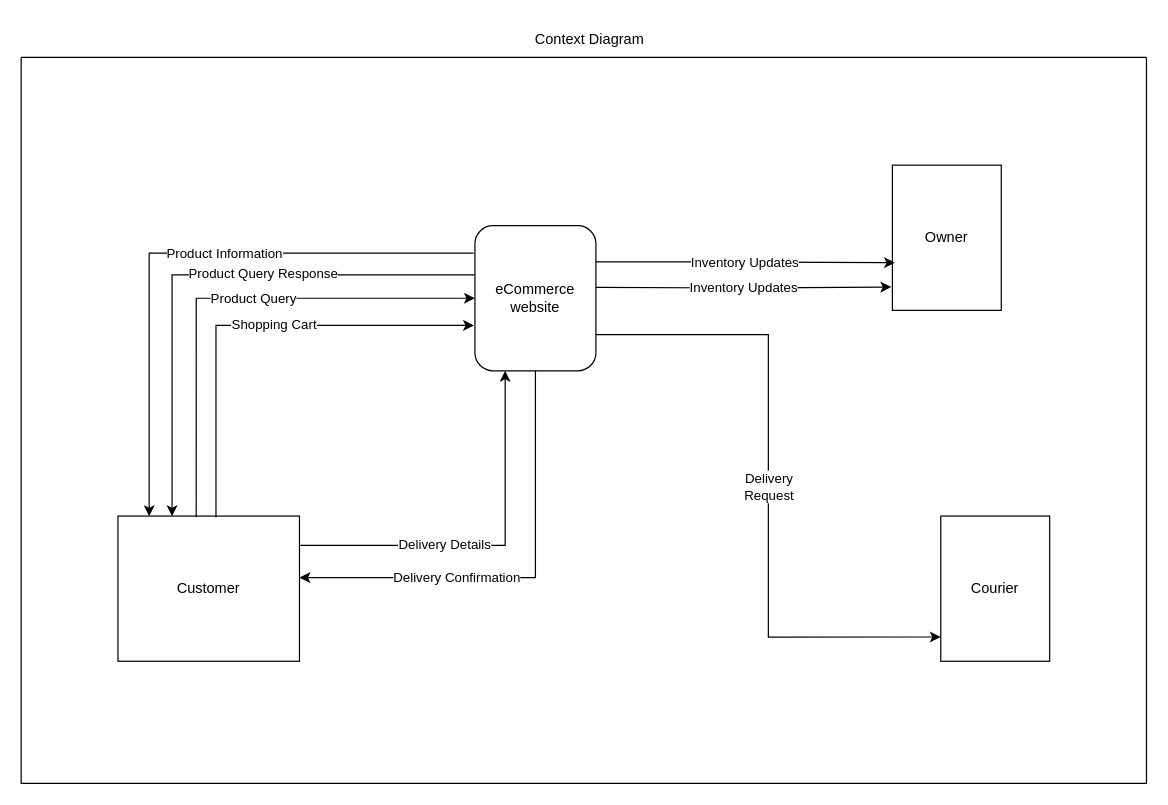
This is Deliverable 2/Diagrams/Data Flow Diagram (DFD)/data flow diagram.drawio from otsilemodiselle/ITECA_Project, a draw.io file, before an edit. Source tidied: cells renumbered, new cells numbered last; positions are measured from the earlier drawing's top-left corner, leaving out a move shared by most shapes. Both pictures are drawn from the tidied source at 121%, with x=0, y=0 at pixel (21, 21).
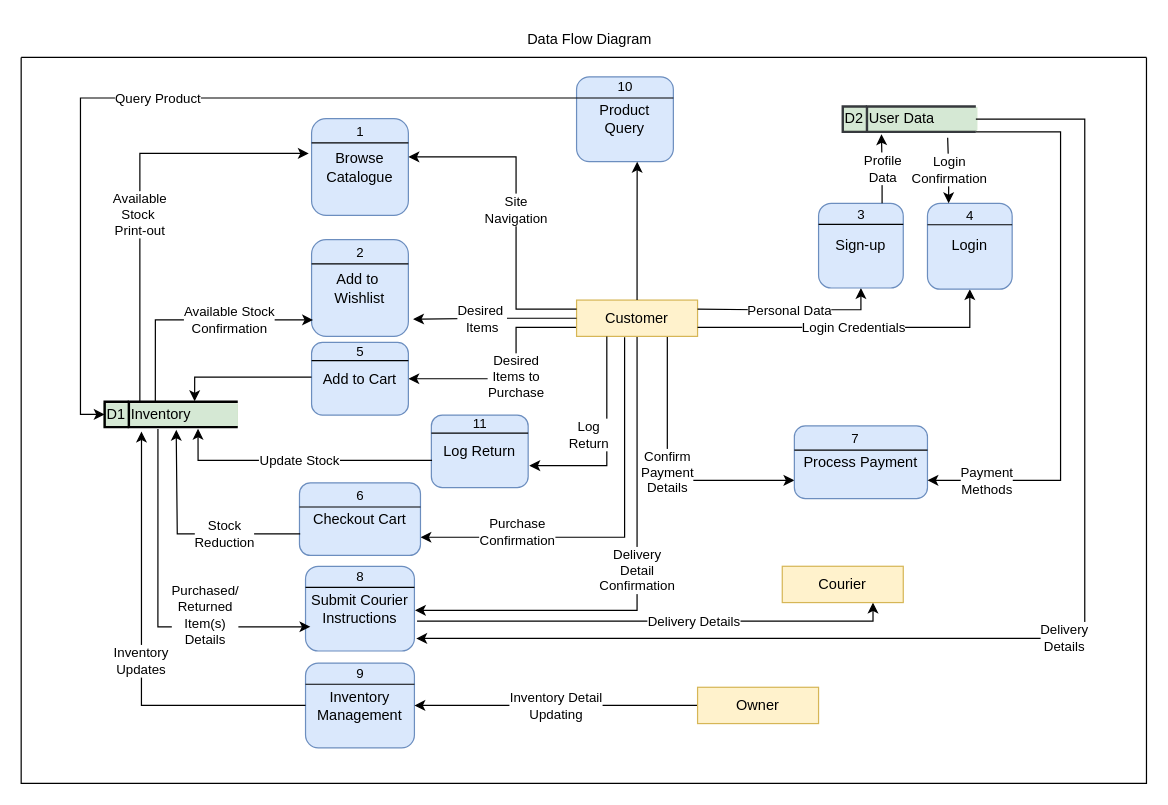
Above is the later version.

The change refers to these unchanged cells:
```xml
<mxCell id="2" style="swimlane;startSize=0;" parent="1" vertex="1">
  <mxGeometry y="30" width="930" height="600" as="geometry" />
</mxCell>
```

The edit, as a diff of the source:
```diff
@@
-    <mxCell id="3" value="Product Information" style="edgeStyle=orthogonalEdgeStyle;rounded=0;jettySize=auto;html=1;exitX=-0.011;exitY=0.189;exitDx=0;exitDy=0;entryX=0.172;entryY=0.001;entryDx=0;entryDy=0;entryPerimeter=0;exitPerimeter=0;" parent="2" edge="1" source="4" target="5">
-      <mxGeometry x="-0.15" relative="1" as="geometry" />
-    </mxCell>
-    <mxCell id="4" value="eCommerce&lt;div&gt;website&lt;/div&gt;" style="rounded=1;whiteSpace=wrap;html=1;" parent="2" vertex="1">
-      <mxGeometry x="375" y="139" width="100" height="120" as="geometry" />
-    </mxCell>
+    <mxCell id="17" style="rounded=0;whiteSpace=wrap;html=1;fillColor=#d5e8d4;strokeColor=#82b366;strokeWidth=0;" parent="2" vertex="1">
+      <mxGeometry x="68" y="286" width="111" height="19.5" as="geometry" />
+    </mxCell>
+    <mxCell id="18" style="rounded=0;whiteSpace=wrap;html=1;fillColor=#d5e8d4;strokeColor=#82b366;strokeWidth=0;" parent="2" vertex="1">
+      <mxGeometry x="679" y="41.2" width="111" height="19.5" as="geometry" />
+    </mxCell>
+    <mxCell id="19" value="Inventory" style="strokeWidth=2;html=1;shape=mxgraph.flowchart.annotation_1;align=left;" parent="2" vertex="1">
+      <mxGeometry x="89" y="284.5" width="90" height="21" as="geometry" />
+    </mxCell>
+    <mxCell id="20" value="D1" style="strokeWidth=2;html=1;shape=mxgraph.flowchart.annotation_1;align=left;" parent="2" vertex="1">
+      <mxGeometry x="69" y="284.5" width="20" height="21" as="geometry" />
+    </mxCell>
+    <mxCell id="21" value="Desired&lt;div&gt;Items to&lt;/div&gt;&lt;div&gt;Purchase&lt;/div&gt;" style="edgeStyle=orthogonalEdgeStyle;rounded=0;jettySize=auto;html=1;exitX=0;exitY=0.75;exitDx=0;exitDy=0;entryX=1;entryY=0.5;entryDx=0;entryDy=0;" parent="2" edge="1" source="5" target="27">
+      <mxGeometry relative="1" as="geometry">
+        <Array as="points">
+          <mxPoint x="409" y="223.5" />
+          <mxPoint x="409" y="265.5" />
+        </Array>
+      </mxGeometry>
+    </mxCell>
+    <mxCell id="22" value="Purchase&lt;div&gt;Confirmation&lt;/div&gt;" style="edgeStyle=orthogonalEdgeStyle;rounded=0;jettySize=auto;html=1;exitX=0.397;exitY=1.022;exitDx=0;exitDy=0;entryX=1;entryY=0.75;entryDx=0;entryDy=0;exitPerimeter=0;" parent="2" edge="1" source="5" target="37">
+      <mxGeometry x="0.52" y="-5" relative="1" as="geometry" />
+    </mxCell>
+    <mxCell id="23" value="Delivery&lt;div&gt;Detail&lt;/div&gt;&lt;div&gt;Confirmation&lt;/div&gt;" style="edgeStyle=orthogonalEdgeStyle;rounded=0;jettySize=auto;html=1;exitX=0.5;exitY=1;exitDx=0;exitDy=0;entryX=1.005;entryY=0.52;entryDx=0;entryDy=0;entryPerimeter=0;" parent="2" edge="1" source="5" target="42">
+      <mxGeometry x="-0.06" relative="1" as="geometry">
+        <Array as="points">
+          <mxPoint x="509" y="457" />
+          <mxPoint x="360" y="457" />
+        </Array>
+      </mxGeometry>
+    </mxCell>
+    <mxCell id="24" value="Confirm&lt;div&gt;Payment&lt;/div&gt;&lt;div&gt;Details&lt;/div&gt;" style="edgeStyle=orthogonalEdgeStyle;rounded=0;jettySize=auto;html=1;exitX=0.75;exitY=1;exitDx=0;exitDy=0;entryX=0;entryY=0.75;entryDx=0;entryDy=0;" parent="2" edge="1" source="5" target="39">
+      <mxGeometry relative="1" as="geometry" />
+    </mxCell>
-    <mxCell id="5" value="Customer" style="rounded=0;whiteSpace=wrap;html=1;" parent="2" vertex="1">
-      <mxGeometry x="80" y="379" width="150" height="120" as="geometry" />
+    <mxCell id="5" value="Customer" style="rounded=0;whiteSpace=wrap;html=1;fillColor=#fff2cc;strokeColor=#d6b656;" parent="2" vertex="1">
+      <mxGeometry x="459" y="200.5" width="100" height="30" as="geometry" />
     </mxCell>
+    <mxCell id="25" value="Browse&lt;div&gt;Catalogue&lt;/div&gt;" style="rounded=1;whiteSpace=wrap;html=1;fillColor=#dae8fc;strokeColor=#6c8ebf;" parent="2" vertex="1">
+      <mxGeometry x="240" y="50.5" width="80" height="80" as="geometry" />
+    </mxCell>
+    <mxCell id="26" value="1" style="endArrow=none;html=1;rounded=0;exitX=0;exitY=0.25;exitDx=0;exitDy=0;entryX=1;entryY=0.25;entryDx=0;entryDy=0;labelBackgroundColor=none;" parent="2" edge="1" source="25" target="25">
+      <mxGeometry y="10" relative="1" as="geometry" />
+    </mxCell>
+    <mxCell id="27" value="Add to Cart" style="rounded=1;whiteSpace=wrap;html=1;fillColor=#dae8fc;strokeColor=#6c8ebf;" parent="2" vertex="1">
+      <mxGeometry x="240" y="235.5" width="80" height="60" as="geometry" />
+    </mxCell>
+    <mxCell id="28" value="5" style="endArrow=none;html=1;rounded=0;exitX=0;exitY=0.25;exitDx=0;exitDy=0;entryX=1;entryY=0.25;entryDx=0;entryDy=0;labelBackgroundColor=none;" parent="2" edge="1" source="27" target="27">
+      <mxGeometry y="8" relative="1" as="geometry" />
+    </mxCell>
+    <mxCell id="29" value="Add to&amp;nbsp;&lt;div&gt;Wishlist&lt;/div&gt;" style="rounded=1;whiteSpace=wrap;html=1;fillColor=#dae8fc;strokeColor=#6c8ebf;" parent="2" vertex="1">
+      <mxGeometry x="240" y="150.5" width="80" height="80" as="geometry" />
+    </mxCell>
+    <mxCell id="30" value="2" style="endArrow=none;html=1;rounded=0;exitX=0;exitY=0.25;exitDx=0;exitDy=0;entryX=1;entryY=0.25;entryDx=0;entryDy=0;labelBackgroundColor=none;" parent="2" edge="1" source="29" target="29">
+      <mxGeometry y="10" relative="1" as="geometry" />
+    </mxCell>
+    <mxCell id="31" value="Personal Data" style="edgeStyle=orthogonalEdgeStyle;rounded=0;jettySize=auto;html=1;exitX=0.5;exitY=1;exitDx=0;exitDy=0;entryX=1;entryY=0.25;entryDx=0;entryDy=0;startArrow=classic;startFill=1;endArrow=none;endFill=0;" parent="2" edge="1" source="32" target="5">
+      <mxGeometry relative="1" as="geometry">
+        <Array as="points">
+          <mxPoint x="694" y="208.5" />
+          <mxPoint x="609" y="208.5" />
+        </Array>
+      </mxGeometry>
+    </mxCell>
+    <mxCell id="32" value="Sign-up" style="rounded=1;whiteSpace=wrap;html=1;fillColor=#dae8fc;strokeColor=#6c8ebf;" parent="2" vertex="1">
+      <mxGeometry x="659" y="120.5" width="70" height="70" as="geometry" />
+    </mxCell>
+    <mxCell id="33" value="3" style="endArrow=none;html=1;rounded=0;exitX=0;exitY=0.25;exitDx=0;exitDy=0;entryX=1;entryY=0.25;entryDx=0;entryDy=0;labelBackgroundColor=none;" parent="2" edge="1" source="32" target="32">
+      <mxGeometry y="8" relative="1" as="geometry" />
+    </mxCell>
+    <mxCell id="34" value="Login Credentials" style="edgeStyle=orthogonalEdgeStyle;rounded=0;jettySize=auto;html=1;exitX=0.5;exitY=1;exitDx=0;exitDy=0;entryX=1;entryY=0.75;entryDx=0;entryDy=0;startArrow=classic;startFill=1;endArrow=none;endFill=0;" parent="2" edge="1" source="35" target="5">
+      <mxGeometry relative="1" as="geometry" />
+    </mxCell>
+    <mxCell id="35" value="Login" style="rounded=1;whiteSpace=wrap;html=1;fillColor=#dae8fc;strokeColor=#6c8ebf;" parent="2" vertex="1">
+      <mxGeometry x="749" y="120.5" width="70" height="71" as="geometry" />
+    </mxCell>
+    <mxCell id="36" value="4" style="endArrow=none;html=1;rounded=0;exitX=0;exitY=0.25;exitDx=0;exitDy=0;entryX=1;entryY=0.25;entryDx=0;entryDy=0;labelBackgroundColor=none;" parent="2" edge="1" source="35" target="35">
+      <mxGeometry y="7" relative="1" as="geometry" />
+    </mxCell>
+    <mxCell id="37" value="Checkout Cart" style="rounded=1;whiteSpace=wrap;html=1;fillColor=#dae8fc;strokeColor=#6c8ebf;" parent="2" vertex="1">
+      <mxGeometry x="230" y="351.5" width="100" height="60" as="geometry" />
+    </mxCell>
+    <mxCell id="38" value="6" style="endArrow=none;html=1;rounded=0;exitX=0;exitY=0.25;exitDx=0;exitDy=0;entryX=1;entryY=0.25;entryDx=0;entryDy=0;labelBackgroundColor=none;" parent="2" edge="1">
+      <mxGeometry y="10" relative="1" as="geometry">
+        <mxPoint x="230" y="371.5" as="sourcePoint" />
+        <mxPoint x="330" y="371.5" as="targetPoint" />
+      </mxGeometry>
+    </mxCell>
+    <mxCell id="39" value="Process Payment" style="rounded=1;whiteSpace=wrap;html=1;fillColor=#dae8fc;strokeColor=#6c8ebf;" parent="2" vertex="1">
+      <mxGeometry x="639" y="304.5" width="110" height="60" as="geometry" />
+    </mxCell>
+    <mxCell id="40" value="7" style="endArrow=none;html=1;rounded=0;exitX=0;exitY=0.25;exitDx=0;exitDy=0;entryX=1;entryY=0.25;entryDx=0;entryDy=0;labelBackgroundColor=none;" parent="2" edge="1">
+      <mxGeometry x="-0.09" y="10" relative="1" as="geometry">
+        <mxPoint x="639" y="324.5" as="sourcePoint" />
+        <mxPoint x="749" y="324.5" as="targetPoint" />
+      </mxGeometry>
+    </mxCell>
+    <mxCell id="41" value="Delivery Details" style="edgeStyle=orthogonalEdgeStyle;rounded=0;jettySize=auto;html=1;entryX=0.75;entryY=1;entryDx=0;entryDy=0;exitX=1.024;exitY=0.647;exitDx=0;exitDy=0;exitPerimeter=0;" parent="2" edge="1" source="42" target="6">
+      <mxGeometry x="0.17" relative="1" as="geometry">
+        <Array as="points">
+          <mxPoint x="704" y="466" />
+        </Array>
+      </mxGeometry>
+    </mxCell>
+    <mxCell id="42" value="Submit Courier Instructions" style="rounded=1;whiteSpace=wrap;html=1;fillColor=#dae8fc;strokeColor=#6c8ebf;" parent="2" vertex="1">
+      <mxGeometry x="235" y="420.5" width="90" height="70" as="geometry" />
+    </mxCell>
+    <mxCell id="43" value="8" style="endArrow=none;html=1;rounded=0;exitX=0;exitY=0.25;exitDx=0;exitDy=0;entryX=1;entryY=0.25;entryDx=0;entryDy=0;labelBackgroundColor=none;" parent="2" edge="1" source="42" target="42">
+      <mxGeometry y="9" relative="1" as="geometry" />
+    </mxCell>
+    <mxCell id="44" value="Available&lt;div&gt;Stock&amp;nbsp;&lt;/div&gt;&lt;div&gt;Print-out&lt;/div&gt;" style="edgeStyle=orthogonalEdgeStyle;rounded=0;jettySize=auto;html=1;exitX=0.101;exitY=-0.006;exitDx=0;exitDy=0;exitPerimeter=0;entryX=-0.029;entryY=0.36;entryDx=0;entryDy=0;entryPerimeter=0;" parent="2" edge="1" source="19" target="25">
+      <mxGeometry x="-0.1" relative="1" as="geometry">
+        <Array as="points">
+          <mxPoint x="98" y="79.5" />
+        </Array>
+        <mxPoint y="1" as="offset" />
+      </mxGeometry>
+    </mxCell>
+    <mxCell id="45" value="Available Stock&lt;div&gt;Confirmation&lt;/div&gt;" style="edgeStyle=orthogonalEdgeStyle;rounded=0;jettySize=auto;html=1;entryX=0.015;entryY=0.83;entryDx=0;entryDy=0;entryPerimeter=0;exitX=0.243;exitY=-0.025;exitDx=0;exitDy=0;exitPerimeter=0;" parent="2" edge="1" source="19" target="29">
+      <mxGeometry x="0.3" relative="1" as="geometry">
+        <Array as="points">
+          <mxPoint x="111" y="216.5" />
+        </Array>
+      </mxGeometry>
+    </mxCell>
+    <mxCell id="46" value="Stock&lt;div&gt;Reduction&lt;/div&gt;" style="edgeStyle=orthogonalEdgeStyle;rounded=0;jettySize=auto;html=1;entryX=0.006;entryY=0.704;entryDx=0;entryDy=0;entryPerimeter=0;startArrow=classic;startFill=1;endArrow=none;endFill=0;exitX=0.436;exitY=1.107;exitDx=0;exitDy=0;exitPerimeter=0;" parent="2" edge="1" source="19" target="37">
+      <mxGeometry x="0.33" relative="1" as="geometry">
+        <Array as="points">
+          <mxPoint x="128" y="315" />
+          <mxPoint x="129" y="315" />
+          <mxPoint x="129" y="394" />
+        </Array>
+      </mxGeometry>
+    </mxCell>
+    <mxCell id="47" value="Purchased/&lt;div&gt;Returned&lt;br&gt;&lt;div&gt;Item(s)&lt;/div&gt;&lt;div&gt;Details&lt;/div&gt;&lt;/div&gt;" style="edgeStyle=orthogonalEdgeStyle;rounded=0;jettySize=auto;html=1;exitX=0.267;exitY=1.071;exitDx=0;exitDy=0;exitPerimeter=0;" parent="2" edge="1" source="19">
+      <mxGeometry x="0.4" y="10" relative="1" as="geometry">
+        <mxPoint x="239" y="470.5" as="targetPoint" />
+        <Array as="points">
+          <mxPoint x="113" y="470.5" />
+          <mxPoint x="239" y="470.5" />
+        </Array>
+      </mxGeometry>
+    </mxCell>
+    <mxCell id="48" value="Payment&lt;div&gt;Methods&lt;/div&gt;" style="edgeStyle=orthogonalEdgeStyle;rounded=0;jettySize=auto;html=1;exitX=1;exitY=1;exitDx=0;exitDy=0;exitPerimeter=0;entryX=1;entryY=0.75;entryDx=0;entryDy=0;" parent="2" edge="1" source="49" target="39">
+      <mxGeometry x="0.79" relative="1" as="geometry">
+        <Array as="points">
+          <mxPoint x="859" y="61.5" />
+          <mxPoint x="859" y="349.5" />
+        </Array>
+      </mxGeometry>
+    </mxCell>
+    <mxCell id="49" value="User Data" style="strokeWidth=2;html=1;shape=mxgraph.flowchart.annotation_1;align=left;fillColor=default;strokeColor=#36393d;labelBackgroundColor=none;" parent="2" vertex="1">
+      <mxGeometry x="699" y="40.5" width="90" height="21" as="geometry" />
+    </mxCell>
+    <mxCell id="50" value="D2" style="strokeWidth=2;html=1;shape=mxgraph.flowchart.annotation_1;align=left;fillColor=#ffcccc;strokeColor=#36393d;" parent="2" vertex="1">
+      <mxGeometry x="679" y="40.5" width="20" height="21" as="geometry" />
+    </mxCell>
+    <mxCell id="51" value="Inventory&lt;div&gt;Management&lt;/div&gt;" style="rounded=1;whiteSpace=wrap;html=1;fillColor=#dae8fc;strokeColor=#6c8ebf;" parent="2" vertex="1">
+      <mxGeometry x="235" y="500.5" width="90" height="70" as="geometry" />
+    </mxCell>
+    <mxCell id="52" value="9" style="endArrow=none;html=1;rounded=0;exitX=0;exitY=0.25;exitDx=0;exitDy=0;entryX=1;entryY=0.25;entryDx=0;entryDy=0;labelBackgroundColor=none;" parent="2" edge="1" source="51" target="51">
+      <mxGeometry y="9" relative="1" as="geometry" />
+    </mxCell>
+    <mxCell id="53" value="Profile&lt;div&gt;Data&lt;/div&gt;" style="edgeStyle=orthogonalEdgeStyle;rounded=0;jettySize=auto;html=1;exitX=0.75;exitY=0;exitDx=0;exitDy=0;entryX=0.133;entryY=1.095;entryDx=0;entryDy=0;entryPerimeter=0;" parent="2" edge="1" source="32" target="49">
+      <mxGeometry relative="1" as="geometry" />
+    </mxCell>
+    <mxCell id="54" value="Login&lt;div&gt;Confirmation&lt;/div&gt;" style="edgeStyle=orthogonalEdgeStyle;rounded=0;jettySize=auto;html=1;exitX=0.25;exitY=0;exitDx=0;exitDy=0;entryX=0.741;entryY=1.228;entryDx=0;entryDy=0;entryPerimeter=0;startArrow=classic;startFill=1;endArrow=none;endFill=0;" parent="2" edge="1" source="35" target="49">
+      <mxGeometry relative="1" as="geometry" />
+    </mxCell>
+    <mxCell id="55" value="Site&lt;div&gt;Navigation&lt;/div&gt;" style="edgeStyle=orthogonalEdgeStyle;rounded=0;jettySize=auto;html=1;exitX=0;exitY=0.25;exitDx=0;exitDy=0;entryX=1.001;entryY=0.396;entryDx=0;entryDy=0;entryPerimeter=0;" parent="2" edge="1" source="5" target="25">
+      <mxGeometry relative="1" as="geometry">
+        <Array as="points">
+          <mxPoint x="409" y="208.5" />
+          <mxPoint x="409" y="82.5" />
+        </Array>
+      </mxGeometry>
+    </mxCell>
+    <mxCell id="56" value="Desired&amp;nbsp;&lt;div&gt;Items&lt;/div&gt;" style="edgeStyle=orthogonalEdgeStyle;rounded=0;jettySize=auto;html=1;exitX=0;exitY=0.5;exitDx=0;exitDy=0;entryX=1.049;entryY=0.822;entryDx=0;entryDy=0;entryPerimeter=0;" parent="2" edge="1" source="5" target="29">
+      <mxGeometry x="0.17" relative="1" as="geometry" />
+    </mxCell>
+    <mxCell id="57" value="Inventory&lt;div&gt;Updates&lt;/div&gt;" style="edgeStyle=orthogonalEdgeStyle;rounded=0;jettySize=auto;html=1;exitX=0;exitY=0.5;exitDx=0;exitDy=0;entryX=0.116;entryY=1.177;entryDx=0;entryDy=0;entryPerimeter=0;startArrow=none;startFill=0;endArrow=classic;endFill=1;" parent="2" edge="1" source="51" target="19">
+      <mxGeometry x="-0.05" relative="1" as="geometry" />
+    </mxCell>
+    <mxCell id="58" value="Delivery&lt;div&gt;Details&lt;/div&gt;" style="edgeStyle=orthogonalEdgeStyle;rounded=0;jettySize=auto;html=1;exitX=1;exitY=0.5;exitDx=0;exitDy=0;exitPerimeter=0;entryX=1.017;entryY=0.852;entryDx=0;entryDy=0;entryPerimeter=0;" parent="2" edge="1" source="49" target="42">
+      <mxGeometry relative="1" as="geometry">
+        <Array as="points">
+          <mxPoint x="879" y="51.5" />
+          <mxPoint x="879" y="480.5" />
+        </Array>
+      </mxGeometry>
+    </mxCell>
-    <mxCell id="6" value="Courier" style="rounded=0;whiteSpace=wrap;html=1;" parent="2" vertex="1">
-      <mxGeometry x="760" y="379" width="90" height="120" as="geometry" />
+    <mxCell id="6" value="Courier" style="rounded=0;whiteSpace=wrap;html=1;fillColor=#fff2cc;strokeColor=#d6b656;" parent="2" vertex="1">
+      <mxGeometry x="629" y="420.5" width="100" height="30" as="geometry" />
     </mxCell>
+    <mxCell id="59" value="Inventory Detail&lt;div&gt;Updating&lt;/div&gt;" style="edgeStyle=orthogonalEdgeStyle;rounded=0;jettySize=auto;html=1;exitX=0;exitY=0.5;exitDx=0;exitDy=0;entryX=1;entryY=0.5;entryDx=0;entryDy=0;" parent="2" edge="1" source="7" target="51">
+      <mxGeometry relative="1" as="geometry" />
+    </mxCell>
-    <mxCell id="7" value="Owner" style="rounded=0;whiteSpace=wrap;html=1;" parent="2" vertex="1">
-      <mxGeometry x="720" y="89" width="90" height="120" as="geometry" />
+    <mxCell id="7" value="Owner" style="rounded=0;whiteSpace=wrap;html=1;fillColor=#fff2cc;strokeColor=#d6b656;" parent="2" vertex="1">
+      <mxGeometry x="559" y="520.5" width="100" height="30" as="geometry" />
     </mxCell>
-    <mxCell id="8" value="Product Query Response" style="edgeStyle=orthogonalEdgeStyle;rounded=0;jettySize=auto;html=1;entryX=0.298;entryY=0.001;entryDx=0;entryDy=0;exitX=-0.004;exitY=0.339;exitDx=0;exitDy=0;exitPerimeter=0;entryPerimeter=0;" parent="2" edge="1" source="4" target="5">
-      <mxGeometry x="-0.22" y="-1" relative="1" as="geometry" />
-    </mxCell>
-    <mxCell id="9" value="Product Query" style="edgeStyle=orthogonalEdgeStyle;rounded=0;jettySize=auto;html=1;entryX=0.431;entryY=0.008;entryDx=0;entryDy=0;entryPerimeter=0;startArrow=classic;startFill=1;endArrow=none;endFill=0;exitX=0;exitY=0.5;exitDx=0;exitDy=0;" parent="2" edge="1" source="4" target="5">
-      <mxGeometry x="-0.11" relative="1" as="geometry">
-        <Array as="points">
-          <mxPoint x="145" y="199" />
-          <mxPoint x="145" y="379" />
-        </Array>
-      </mxGeometry>
+    <mxCell id="9" value="Product&lt;div&gt;Query&lt;/div&gt;" style="rounded=1;whiteSpace=wrap;html=1;fillColor=#dae8fc;strokeColor=#6c8ebf;" parent="2" vertex="1">
+      <mxGeometry x="459" y="16" width="80" height="70" as="geometry" />
     </mxCell>
-    <mxCell id="10" value="Shopping Cart" style="edgeStyle=orthogonalEdgeStyle;rounded=0;jettySize=auto;html=1;exitX=-0.008;exitY=0.687;exitDx=0;exitDy=0;exitPerimeter=0;startArrow=classic;startFill=1;endArrow=none;endFill=0;entryX=0.54;entryY=0.008;entryDx=0;entryDy=0;entryPerimeter=0;" parent="2" edge="1" source="4" target="5">
-      <mxGeometry x="-0.11" relative="1" as="geometry">
-        <Array as="points">
-          <mxPoint x="161" y="221" />
-        </Array>
-      </mxGeometry>
-    </mxCell>
-    <mxCell id="11" value="Delivery Details" style="edgeStyle=orthogonalEdgeStyle;rounded=0;jettySize=auto;html=1;exitX=0.25;exitY=1;exitDx=0;exitDy=0;entryX=1.005;entryY=0.202;entryDx=0;entryDy=0;entryPerimeter=0;startArrow=classic;startFill=1;endArrow=none;endFill=0;" parent="2" edge="1" source="4" target="5">
-      <mxGeometry x="0.24" relative="1" as="geometry" />
-    </mxCell>
-    <mxCell id="12" value="Delivery&lt;div&gt;Request&lt;/div&gt;" style="edgeStyle=orthogonalEdgeStyle;rounded=0;jettySize=auto;html=1;exitX=1;exitY=0.75;exitDx=0;exitDy=0;entryX=0;entryY=0.833;entryDx=0;entryDy=0;entryPerimeter=0;" parent="2" edge="1" source="4" target="6">
-      <mxGeometry relative="1" as="geometry" />
-    </mxCell>
-    <mxCell id="13" value="Delivery Confirmation" style="edgeStyle=orthogonalEdgeStyle;rounded=0;jettySize=auto;html=1;exitX=0.5;exitY=1;exitDx=0;exitDy=0;entryX=1;entryY=0.424;entryDx=0;entryDy=0;entryPerimeter=0;" parent="2" edge="1" source="4" target="5">
-      <mxGeometry x="0.29" relative="1" as="geometry" />
-    </mxCell>
-    <mxCell id="14" value="Inventory Updates" style="edgeStyle=orthogonalEdgeStyle;rounded=0;jettySize=auto;html=1;exitX=1;exitY=0.25;exitDx=0;exitDy=0;entryX=0.024;entryY=0.672;entryDx=0;entryDy=0;entryPerimeter=0;" parent="2" edge="1" source="4" target="7">
-      <mxGeometry relative="1" as="geometry" />
-    </mxCell>
-    <mxCell id="15" value="Inventory Updates" style="edgeStyle=orthogonalEdgeStyle;rounded=0;jettySize=auto;html=1;exitX=1;exitY=0.25;exitDx=0;exitDy=0;entryX=-0.01;entryY=0.839;entryDx=0;entryDy=0;entryPerimeter=0;" parent="2" edge="1" target="7">
-      <mxGeometry relative="1" as="geometry">
-        <mxPoint x="475" y="190" as="sourcePoint" />
-      </mxGeometry>
-    </mxCell>
+    <mxCell id="60" value="10" style="endArrow=none;html=1;rounded=0;exitX=0;exitY=0.25;exitDx=0;exitDy=0;entryX=1;entryY=0.25;entryDx=0;entryDy=0;labelBackgroundColor=none;" parent="2" edge="1" source="9" target="9">
+      <mxGeometry y="10" relative="1" as="geometry" />
+    </mxCell>
+    <mxCell id="61" style="edgeStyle=orthogonalEdgeStyle;rounded=0;jettySize=auto;html=1;exitX=0.5;exitY=0;exitDx=0;exitDy=0;entryX=0.626;entryY=1.003;entryDx=0;entryDy=0;entryPerimeter=0;" parent="2" edge="1" source="5" target="9">
+      <mxGeometry relative="1" as="geometry" />
+    </mxCell>
+    <mxCell id="62" value="Query Product" style="edgeStyle=orthogonalEdgeStyle;rounded=0;jettySize=auto;html=1;exitX=0;exitY=0.25;exitDx=0;exitDy=0;entryX=0;entryY=0.5;entryDx=0;entryDy=0;entryPerimeter=0;" parent="2" edge="1" source="9" target="20">
+      <mxGeometry relative="1" as="geometry" />
+    </mxCell>
+    <mxCell id="63" value="Log Return" style="rounded=1;whiteSpace=wrap;html=1;fillColor=#dae8fc;strokeColor=#6c8ebf;" parent="2" vertex="1">
+      <mxGeometry x="339" y="295.5" width="80" height="60" as="geometry" />
+    </mxCell>
+    <mxCell id="64" value="11" style="endArrow=none;html=1;rounded=0;exitX=0;exitY=0.25;exitDx=0;exitDy=0;entryX=1;entryY=0.25;entryDx=0;entryDy=0;labelBackgroundColor=none;" parent="2" edge="1" source="63" target="63">
+      <mxGeometry y="8" relative="1" as="geometry" />
+    </mxCell>
+    <mxCell id="65" value="Log&lt;div&gt;Return&lt;/div&gt;" style="edgeStyle=orthogonalEdgeStyle;rounded=0;jettySize=auto;html=1;exitX=0.25;exitY=1;exitDx=0;exitDy=0;entryX=1.012;entryY=0.697;entryDx=0;entryDy=0;entryPerimeter=0;" parent="2" edge="1" source="5" target="63">
+      <mxGeometry x="-0.05" y="-15" relative="1" as="geometry" />
+    </mxCell>
+    <mxCell id="66" value="Update Stock" style="edgeStyle=orthogonalEdgeStyle;rounded=0;jettySize=auto;html=1;exitX=0.635;exitY=1.063;exitDx=0;exitDy=0;exitPerimeter=0;entryX=0.007;entryY=0.625;entryDx=0;entryDy=0;entryPerimeter=0;startArrow=classic;startFill=1;endArrow=none;endFill=0;" parent="2" edge="1" source="19" target="63">
+      <mxGeometry relative="1" as="geometry">
+        <Array as="points">
+          <mxPoint x="146" y="333.5" />
+        </Array>
+      </mxGeometry>
+    </mxCell>
+    <mxCell id="67" style="edgeStyle=orthogonalEdgeStyle;rounded=0;jettySize=auto;html=1;entryX=0.604;entryY=-0.018;entryDx=0;entryDy=0;entryPerimeter=0;exitX=-0.001;exitY=0.477;exitDx=0;exitDy=0;exitPerimeter=0;" parent="2" edge="1" source="27" target="19">
+      <mxGeometry relative="1" as="geometry" />
+    </mxCell>
-    <mxCell id="16" value="Context Diagram" style="text;html=1;align=center;verticalAlign=middle;whiteSpace=wrap;rounded=0;" parent="1" vertex="1">
-      <mxGeometry x="420" width="100" height="30" as="geometry" />
+    <mxCell id="16" value="Data Flow Diagram" style="text;html=1;align=center;verticalAlign=middle;whiteSpace=wrap;rounded=0;" parent="1" vertex="1">
+      <mxGeometry x="400" width="140" height="30" as="geometry" />
     </mxCell>
```
